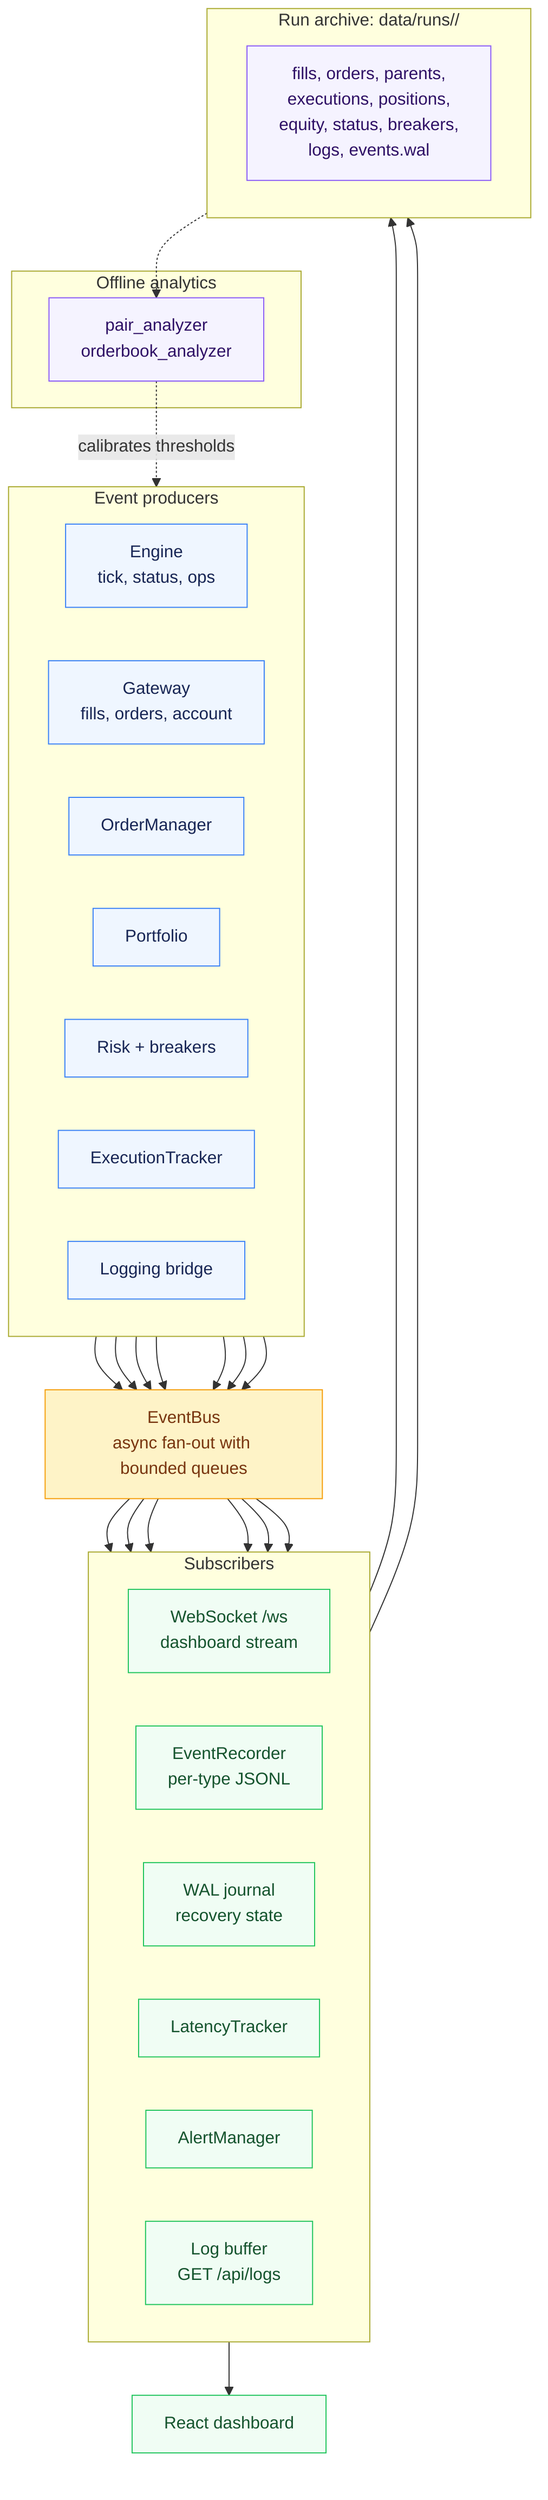
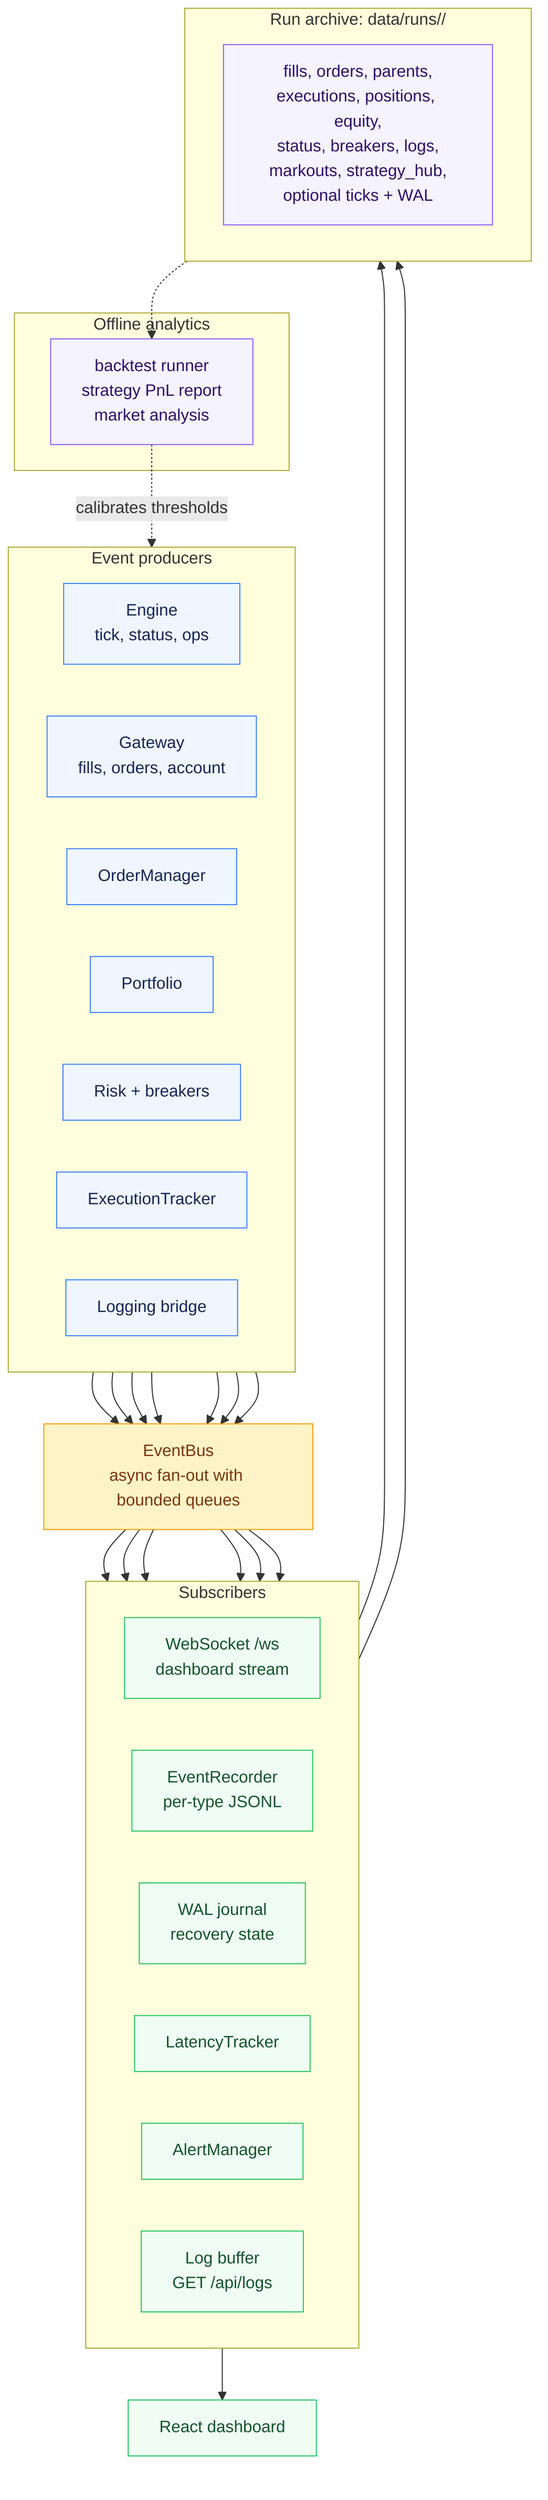
%% EventBus fan-out - producers, subscribers, and archives
flowchart TB
    subgraph Producers["Event producers"]
        direction LR
        ENGINE["Engine<br/>tick, status, ops"]
        GATEWAY["Gateway<br/>fills, orders, account"]
        OMS["OrderManager"]
        PORT["Portfolio"]
        RISK["Risk + breakers"]
        EXEC["ExecutionTracker"]
        LOGS["Logging bridge"]
    end

    BUS["EventBus<br/>async fan-out with bounded queues"]

    ENGINE --> BUS
    GATEWAY --> BUS
    OMS --> BUS
    PORT --> BUS
    RISK --> BUS
    EXEC --> BUS
    LOGS --> BUS

    subgraph Subscribers["Subscribers"]
        direction LR
        WS["WebSocket /ws<br/>dashboard stream"]
        REC["EventRecorder<br/>per-type JSONL"]
        WAL["WAL journal<br/>recovery state"]
        LAT["LatencyTracker"]
        ALERT["AlertManager"]
        LOGBUF["Log buffer<br/>GET /api/logs"]
    end

    BUS --> WS
    BUS --> REC
    BUS --> WAL
    BUS --> LAT
    BUS --> ALERT
    BUS --> LOGBUF

    WS --> UI["React dashboard"]

    subgraph Archive["Run archive: data/runs/<run-id>/"]
        direction LR
-         FILES["fills, orders, parents,<br/>executions, positions,<br/>equity, status, breakers,<br/>logs, events.wal"]
+         FILES["fills, orders, parents,<br/>executions, positions, equity,<br/>status, breakers, logs,<br/>markouts, strategy_hub,<br/>optional ticks + WAL"]
    end

    REC --> Archive
    WAL --> Archive

    subgraph Analytics["Offline analytics"]
-         ANALYZERS["pair_analyzer<br/>orderbook_analyzer"]
+         ANALYZERS["backtest runner<br/>strategy PnL report<br/>market analysis"]
    end

    Archive -.-> ANALYZERS
    ANALYZERS -.->|"calibrates thresholds"| ENGINE

    classDef producer fill:#eff6ff,stroke:#3b82f6,color:#172554
    classDef bus fill:#fef3c7,stroke:#f59e0b,color:#78350f
    classDef sink fill:#f0fdf4,stroke:#22c55e,color:#14532d
    classDef archive fill:#f5f3ff,stroke:#8b5cf6,color:#2e1065

    class ENGINE,GATEWAY,OMS,PORT,RISK,EXEC,LOGS producer
    class BUS bus
    class WS,REC,WAL,LAT,ALERT,LOGBUF,UI sink
    class FILES,ANALYZERS archive
